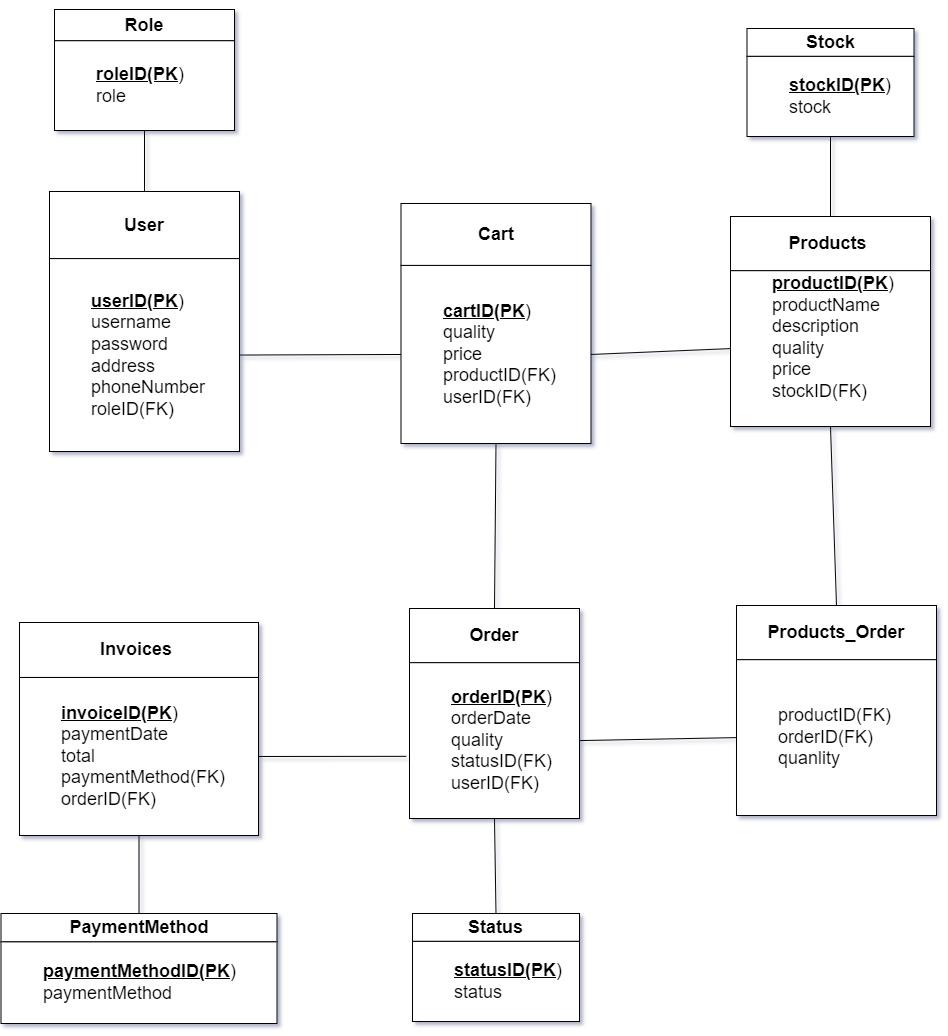
Before: DuAn4.drawio.png, a diagram exported from draw.io (PhamThom129D/JDBC). Source tidied: cells renumbered, new cells last; positions are measured from the earlier drawing's top-left corner, leaving out a move shared by most shapes.
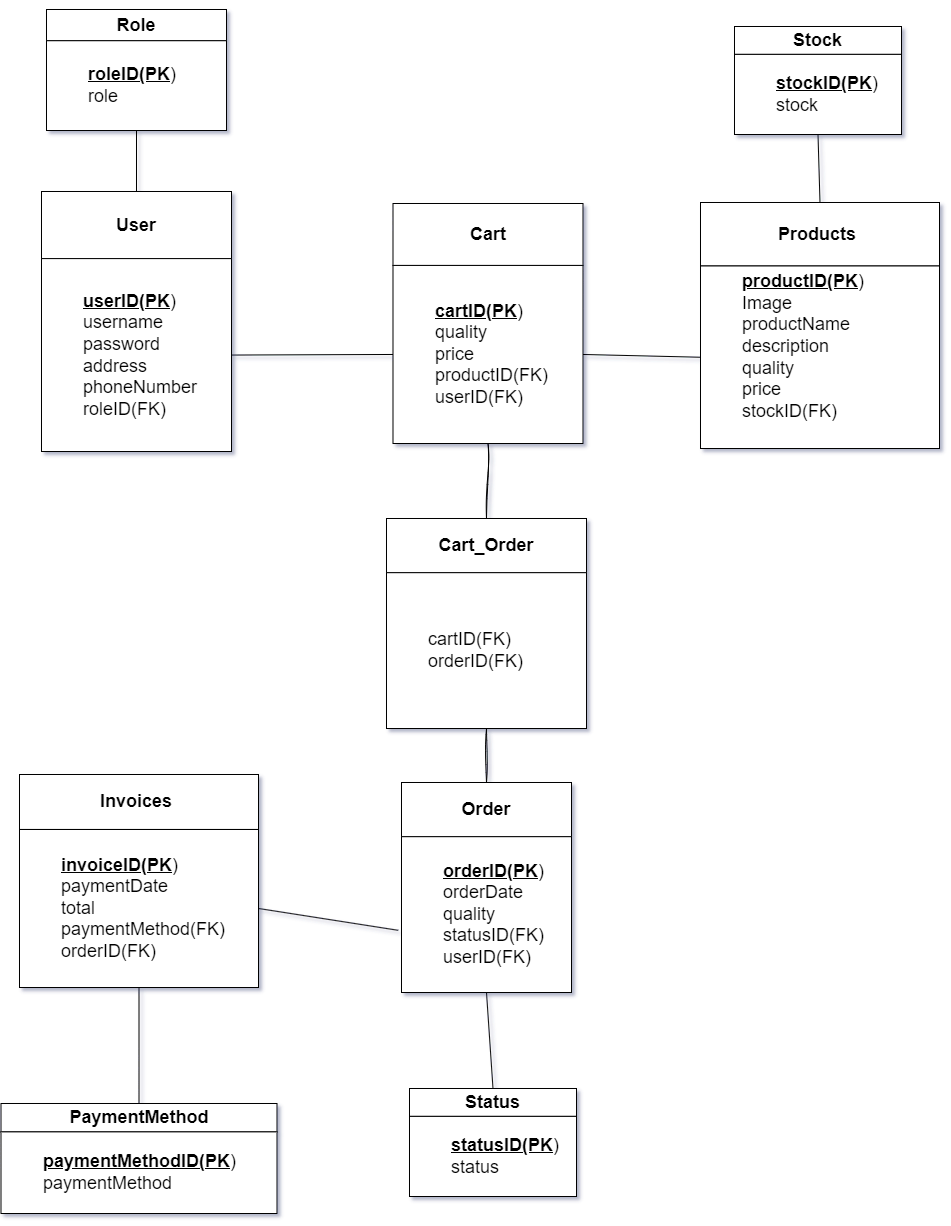
Later version of the same file.

Commit message:
Cập nhật DuAn4.drawio.png

Diff of the diagram source:
```diff
@@ -12,13 +12,13 @@
       <mxGeometry y="67.1" width="190" height="192.9" as="geometry" />
     </mxCell>
     <mxCell id="5" style="group;verticalAlign=bottom;align=center;labelPosition=center;verticalLabelPosition=top;textDirection=ltr;rounded=0;labelBackgroundColor=none;" parent="1" vertex="1">
-      <mxGeometry x="730" y="207" width="200" height="210" as="geometry" />
+      <mxGeometry x="708" y="193" width="239" height="246" as="geometry" />
     </mxCell>
     <mxCell id="6" value="&lt;h2&gt;Products&amp;nbsp;&lt;/h2&gt;" style="rounded=0;whiteSpace=wrap;html=1;align=center;labelBackgroundColor=none;" parent="5" vertex="1">
-      <mxGeometry width="200" height="54.2" as="geometry" />
+      <mxGeometry width="239" height="63.5" as="geometry" />
     </mxCell>
-    <mxCell id="7" value="&lt;blockquote style=&quot;margin: 0px 0px 0px 40px; border: none; padding: 0px; font-size: 18px;&quot;&gt;&lt;u&gt;&lt;b&gt;productID(PK&lt;/b&gt;&lt;/u&gt;)&lt;br&gt;productName&lt;/blockquote&gt;&lt;blockquote style=&quot;margin: 0px 0px 0px 40px; border: none; padding: 0px;&quot;&gt;&lt;span style=&quot;font-size: 18px;&quot;&gt;description&lt;/span&gt;&lt;br&gt;&lt;span style=&quot;font-size: 18px;&quot;&gt;quality&amp;nbsp;&lt;/span&gt;&lt;br&gt;&lt;span style=&quot;font-size: 18px;&quot;&gt;price&amp;nbsp;&lt;/span&gt;&lt;/blockquote&gt;&lt;blockquote style=&quot;margin: 0px 0px 0px 40px; border: none; padding: 0px; font-size: 18px;&quot;&gt;stockID(FK)&lt;br&gt;&lt;br&gt;&lt;/blockquote&gt;" style="rounded=0;whiteSpace=wrap;html=1;align=left;labelPosition=center;verticalLabelPosition=middle;verticalAlign=middle;labelBackgroundColor=none;" parent="5" vertex="1">
-      <mxGeometry y="54.2" width="200" height="155.8" as="geometry" />
+    <mxCell id="7" value="&lt;blockquote style=&quot;margin: 0px 0px 0px 40px; border: none; padding: 0px; font-size: 18px;&quot;&gt;&lt;u&gt;&lt;b&gt;productID(PK&lt;/b&gt;&lt;/u&gt;)&lt;/blockquote&gt;&lt;blockquote style=&quot;margin: 0px 0px 0px 40px; border: none; padding: 0px; font-size: 18px;&quot;&gt;Image&lt;br&gt;productName&lt;/blockquote&gt;&lt;blockquote style=&quot;margin: 0px 0px 0px 40px; border: none; padding: 0px;&quot;&gt;&lt;span style=&quot;font-size: 18px;&quot;&gt;description&lt;/span&gt;&lt;br&gt;&lt;span style=&quot;font-size: 18px;&quot;&gt;quality&amp;nbsp;&lt;/span&gt;&lt;br&gt;&lt;span style=&quot;font-size: 18px;&quot;&gt;price&amp;nbsp;&lt;/span&gt;&lt;/blockquote&gt;&lt;blockquote style=&quot;margin: 0px 0px 0px 40px; border: none; padding: 0px; font-size: 18px;&quot;&gt;stockID(FK)&lt;br&gt;&lt;br&gt;&lt;/blockquote&gt;" style="rounded=0;whiteSpace=wrap;html=1;align=left;labelPosition=center;verticalLabelPosition=middle;verticalAlign=middle;labelBackgroundColor=none;" parent="5" vertex="1">
+      <mxGeometry y="63.5" width="239" height="182.5" as="geometry" />
     </mxCell>
     <mxCell id="8" style="group;verticalAlign=bottom;align=center;labelPosition=center;verticalLabelPosition=top;textDirection=ltr;rounded=0;labelBackgroundColor=none;" parent="1" vertex="1">
       <mxGeometry x="400.5" y="194" width="190" height="240" as="geometry" />
@@ -30,7 +30,7 @@
       <mxGeometry y="61.9" width="190" height="178.1" as="geometry" />
     </mxCell>
     <mxCell id="11" style="group;verticalAlign=bottom;align=center;labelPosition=center;verticalLabelPosition=top;textDirection=ltr;rounded=0;labelBackgroundColor=none;" parent="1" vertex="1">
-      <mxGeometry x="409" y="599" width="170" height="210" as="geometry" />
+      <mxGeometry x="409" y="773" width="170" height="210" as="geometry" />
     </mxCell>
     <mxCell id="12" value="&lt;h2&gt;Order&lt;/h2&gt;" style="rounded=0;whiteSpace=wrap;html=1;align=center;labelBackgroundColor=none;" parent="11" vertex="1">
       <mxGeometry width="170" height="54.2" as="geometry" />
@@ -39,7 +39,7 @@
       <mxGeometry y="54.2" width="170" height="155.8" as="geometry" />
     </mxCell>
     <mxCell id="14" style="group;verticalAlign=bottom;align=center;labelPosition=center;verticalLabelPosition=top;textDirection=ltr;rounded=0;labelBackgroundColor=none;" parent="1" vertex="1">
-      <mxGeometry x="19" y="613" width="239" height="213" as="geometry" />
+      <mxGeometry x="27" y="765" width="239" height="213" as="geometry" />
     </mxCell>
     <mxCell id="15" value="&lt;h2&gt;Invoices&amp;nbsp;&lt;/h2&gt;" style="rounded=0;whiteSpace=wrap;html=1;align=center;labelBackgroundColor=none;" parent="14" vertex="1">
       <mxGeometry width="239" height="55" as="geometry" />
@@ -48,7 +48,7 @@
       <mxGeometry y="55" width="239" height="158" as="geometry" />
     </mxCell>
     <mxCell id="17" style="group;verticalAlign=bottom;align=center;labelPosition=center;verticalLabelPosition=top;textDirection=ltr;rounded=0;labelBackgroundColor=none;" parent="1" vertex="1">
-      <mxGeometry x="746.5" y="19" width="167" height="108" as="geometry" />
+      <mxGeometry x="742" y="17" width="167" height="108" as="geometry" />
     </mxCell>
     <mxCell id="18" value="&lt;h2&gt;Stock&lt;/h2&gt;" style="rounded=0;whiteSpace=wrap;html=1;align=center;labelBackgroundColor=none;" parent="17" vertex="1">
       <mxGeometry width="167" height="27.9" as="geometry" />
@@ -66,7 +66,7 @@
       <mxGeometry y="31.2" width="180" height="89.8" as="geometry" />
     </mxCell>
     <mxCell id="23" style="group;verticalAlign=bottom;align=center;labelPosition=center;verticalLabelPosition=top;textDirection=ltr;rounded=0;labelBackgroundColor=none;" parent="1" vertex="1">
-      <mxGeometry x="412" y="904" width="167" height="108" as="geometry" />
+      <mxGeometry x="417" y="1079" width="167" height="108" as="geometry" />
     </mxCell>
     <mxCell id="24" value="&lt;h2&gt;Status&lt;/h2&gt;" style="rounded=0;whiteSpace=wrap;html=1;align=center;labelBackgroundColor=none;" parent="23" vertex="1">
       <mxGeometry width="167" height="27.9" as="geometry" />
@@ -75,7 +75,7 @@
       <mxGeometry y="27.9" width="167" height="80.1" as="geometry" />
     </mxCell>
     <mxCell id="26" style="group;verticalAlign=bottom;align=center;labelPosition=center;verticalLabelPosition=top;textDirection=ltr;rounded=0;labelBackgroundColor=none;" parent="1" vertex="1">
-      <mxGeometry x="0.5" y="904" width="276" height="110" as="geometry" />
+      <mxGeometry x="8.5" y="1094" width="276" height="110" as="geometry" />
     </mxCell>
     <mxCell id="27" value="&lt;h2&gt;PaymentMethod&lt;/h2&gt;" style="rounded=0;whiteSpace=wrap;html=1;align=center;labelBackgroundColor=none;" parent="26" vertex="1">
       <mxGeometry width="276" height="28.4" as="geometry" />
@@ -84,20 +84,14 @@
       <mxGeometry y="28.4" width="276" height="81.6" as="geometry" />
     </mxCell>
     <mxCell id="29" style="group;verticalAlign=bottom;align=center;labelPosition=center;verticalLabelPosition=top;textDirection=ltr;rounded=0;labelBackgroundColor=none;" parent="1" vertex="1">
-      <mxGeometry x="736" y="596" width="200" height="210" as="geometry" />
+      <mxGeometry x="394" y="509" width="200" height="210" as="geometry" />
     </mxCell>
-    <mxCell id="30" value="&lt;h2&gt;Products_Order&lt;/h2&gt;" style="rounded=0;whiteSpace=wrap;html=1;align=center;labelBackgroundColor=none;" parent="29" vertex="1">
+    <mxCell id="30" value="&lt;h2&gt;Cart_Order&lt;/h2&gt;" style="rounded=0;whiteSpace=wrap;html=1;align=center;labelBackgroundColor=none;" parent="29" vertex="1">
       <mxGeometry width="200" height="54.2" as="geometry" />
     </mxCell>
-    <mxCell id="31" value="&lt;blockquote style=&quot;margin: 0px 0px 0px 40px; border: none; padding: 0px; font-size: 18px;&quot;&gt;productID(FK)&lt;/blockquote&gt;&lt;blockquote style=&quot;margin: 0px 0px 0px 40px; border: none; padding: 0px; font-size: 18px;&quot;&gt;orderID(FK)&lt;/blockquote&gt;&lt;blockquote style=&quot;margin: 0px 0px 0px 40px; border: none; padding: 0px; font-size: 18px;&quot;&gt;quanlity&lt;/blockquote&gt;" style="rounded=0;whiteSpace=wrap;html=1;align=left;labelPosition=center;verticalLabelPosition=middle;verticalAlign=middle;labelBackgroundColor=none;" parent="29" vertex="1">
+    <mxCell id="31" value="&lt;blockquote style=&quot;margin: 0px 0px 0px 40px; border: none; padding: 0px; font-size: 18px;&quot;&gt;cartID(FK)&lt;/blockquote&gt;&lt;blockquote style=&quot;margin: 0px 0px 0px 40px; border: none; padding: 0px; font-size: 18px;&quot;&gt;orderID(FK)&lt;/blockquote&gt;" style="rounded=0;whiteSpace=wrap;html=1;align=left;labelPosition=center;verticalLabelPosition=middle;verticalAlign=middle;labelBackgroundColor=none;" parent="29" vertex="1">
       <mxGeometry y="54.2" width="200" height="155.8" as="geometry" />
     </mxCell>
-    <mxCell id="32" style="endArrow=none;html=1;rounded=0;entryX=0.5;entryY=1;entryDx=0;entryDy=0;exitX=0.5;exitY=0;exitDx=0;exitDy=0;labelBackgroundColor=none;fontColor=default;" parent="1" edge="1" source="30" target="7">
-      <mxGeometry relative="1" as="geometry" />
-    </mxCell>
-    <mxCell id="33" style="endArrow=none;html=1;rounded=0;entryX=0;entryY=0.5;entryDx=0;entryDy=0;exitX=1;exitY=0.5;exitDx=0;exitDy=0;labelBackgroundColor=none;fontColor=default;" parent="1" edge="1" source="13" target="31">
-      <mxGeometry relative="1" as="geometry" />
-    </mxCell>
     <mxCell id="34" style="endArrow=none;html=1;rounded=0;exitX=0.5;exitY=0;exitDx=0;exitDy=0;entryX=0.5;entryY=1;entryDx=0;entryDy=0;labelBackgroundColor=none;fontColor=default;" parent="1" edge="1" source="6" target="19">
       <mxGeometry relative="1" as="geometry" />
     </mxCell>
@@ -110,9 +104,6 @@
     <mxCell id="37" style="endArrow=none;html=1;rounded=0;exitX=-0.019;exitY=0.601;exitDx=0;exitDy=0;exitPerimeter=0;entryX=1;entryY=0.5;entryDx=0;entryDy=0;labelBackgroundColor=none;fontColor=default;" parent="1" edge="1" source="13" target="16">
       <mxGeometry relative="1" as="geometry" />
     </mxCell>
-    <mxCell id="38" style="endArrow=none;html=1;rounded=0;exitX=0.5;exitY=0;exitDx=0;exitDy=0;entryX=0.5;entryY=1;entryDx=0;entryDy=0;labelBackgroundColor=none;fontColor=default;" parent="1" edge="1" source="12" target="10">
-      <mxGeometry relative="1" as="geometry" />
-    </mxCell>
     <mxCell id="39" style="endArrow=none;html=1;rounded=0;exitX=1;exitY=0.5;exitDx=0;exitDy=0;entryX=0;entryY=0.5;entryDx=0;entryDy=0;labelBackgroundColor=none;fontColor=default;" parent="1" edge="1" source="4" target="10">
       <mxGeometry relative="1" as="geometry" />
     </mxCell>
@@ -122,5 +113,11 @@
     <mxCell id="41" style="endArrow=none;html=1;rounded=0;exitX=0.5;exitY=1;exitDx=0;exitDy=0;entryX=0.5;entryY=0;entryDx=0;entryDy=0;labelBackgroundColor=none;fontColor=default;" parent="1" edge="1" source="22" target="3">
       <mxGeometry relative="1" as="geometry" />
     </mxCell>
+    <mxCell id="42" style="endArrow=none;html=1;rounded=0;sketch=1;hachureGap=4;jiggle=2;curveFitting=1;fontFamily=Architects Daughter;fontSource=https%3A%2F%2Ffonts.googleapis.com%2Fcss%3Ffamily%3DArchitects%2BDaughter;exitX=0.5;exitY=1;exitDx=0;exitDy=0;entryX=0.5;entryY=0;entryDx=0;entryDy=0;" parent="1" edge="1" source="10" target="30">
+      <mxGeometry relative="1" as="geometry" />
+    </mxCell>
+    <mxCell id="43" style="endArrow=none;html=1;rounded=0;sketch=1;hachureGap=4;jiggle=2;curveFitting=1;fontFamily=Architects Daughter;fontSource=https%3A%2F%2Ffonts.googleapis.com%2Fcss%3Ffamily%3DArchitects%2BDaughter;exitX=0.5;exitY=1;exitDx=0;exitDy=0;entryX=0.5;entryY=0;entryDx=0;entryDy=0;" parent="1" edge="1" source="31" target="12">
+      <mxGeometry relative="1" as="geometry" />
+    </mxCell>
   </root>
 </mxGraphModel>
```
